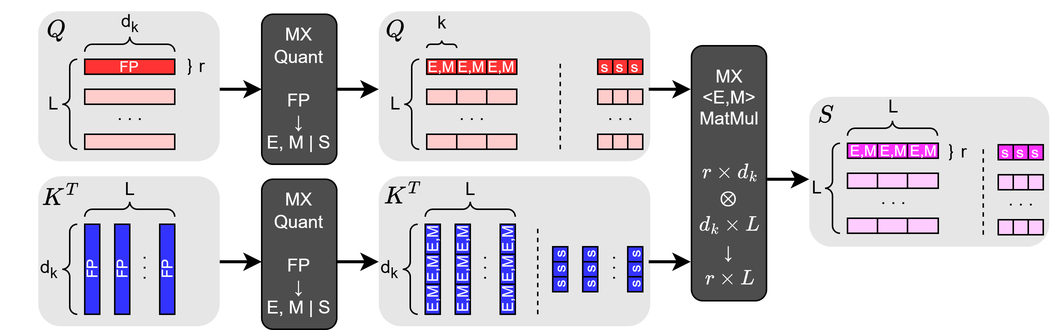
Above: doc/diagrams/attention/attention_eq1.drawio.png in Fiwo735/MX-for-FPGA (draw.io), before the change. Source tidied: cells renumbered, new cells last; positions are measured from the earlier drawing's top-left corner, leaving out a move shared by most shapes.
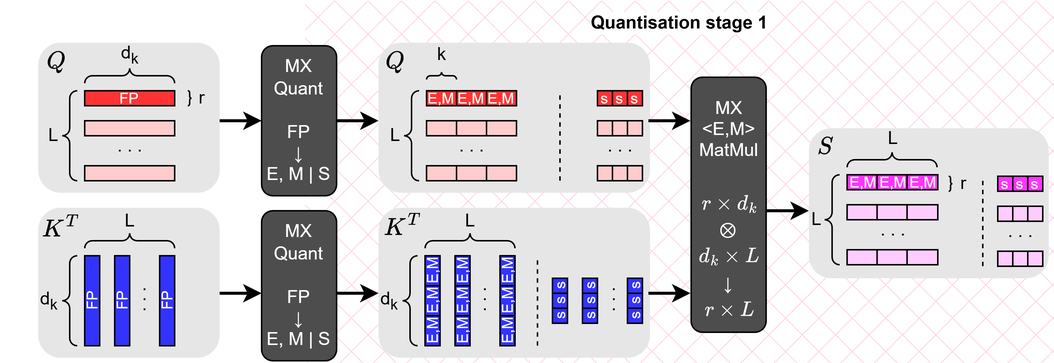
Above is the later version.

The edit, as a diff of the source:
```diff
@@ -2,6 +2,9 @@
   <root>
     <mxCell id="0" />
     <mxCell id="1" parent="0" />
+    <mxCell id="123" style="rounded=0;whiteSpace=wrap;html=1;strokeColor=none;fillColor=#FFCCE6;fillStyle=cross-hatch;" parent="1" vertex="1">
+      <mxGeometry x="203" y="-21" width="500" height="242" as="geometry" />
+    </mxCell>
     <mxCell id="2" style="rounded=1;whiteSpace=wrap;html=1;fontColor=default;fillColor=#E6E6E6;strokeColor=none;" parent="1" vertex="1">
       <mxGeometry x="539" y="64" width="160" height="100" as="geometry" />
     </mxCell>
@@ -128,12 +131,12 @@
     <mxCell id="43" style="rounded=0;whiteSpace=wrap;html=1;fillColor=#FFCCCC;" parent="1" vertex="1">
       <mxGeometry x="324" y="89" width="20" height="10" as="geometry" />
     </mxCell>
-    <mxCell id="44" style="endArrow=none;dashed=1;html=1;" parent="1" edge="1">
-      <mxGeometry relative="1" as="geometry">
-        <mxPoint x="373" y="99" as="sourcePoint" />
-        <mxPoint x="373" y="39" as="targetPoint" />
-      </mxGeometry>
-    </mxCell>
+    <mxCell id="124" style="endArrow=none;dashed=1;html=1;" parent="1" edge="1">
+      <mxGeometry relative="1" as="geometry">
+        <mxPoint x="373" y="99" as="sourcePoint" />
+        <mxPoint x="373" y="39" as="targetPoint" />
+      </mxGeometry>
+    </mxCell>
     <mxCell id="45" value="s" style="rounded=0;whiteSpace=wrap;html=1;fillColor=#FF3333;fontSize=10;fontColor=#FFFFFF;" parent="1" vertex="1">
       <mxGeometry x="398" y="39" width="10" height="10" as="geometry" />
     </mxCell>
@@ -197,12 +200,12 @@
     <mxCell id="65" value="E,M" style="rounded=0;whiteSpace=wrap;html=1;fillColor=#3333FF;fontColor=#FFFFFF;fontSize=10;rotation=-90;" parent="1" vertex="1">
       <mxGeometry x="278" y="194" width="20" height="10" as="geometry" />
     </mxCell>
-    <mxCell id="66" style="endArrow=none;dashed=1;html=1;" parent="1" edge="1">
-      <mxGeometry relative="1" as="geometry">
-        <mxPoint x="358" y="209" as="sourcePoint" />
-        <mxPoint x="358" y="149" as="targetPoint" />
-      </mxGeometry>
-    </mxCell>
+    <mxCell id="125" style="endArrow=none;dashed=1;html=1;" parent="1" edge="1">
+      <mxGeometry relative="1" as="geometry">
+        <mxPoint x="358" y="209" as="sourcePoint" />
+        <mxPoint x="358" y="149" as="targetPoint" />
+      </mxGeometry>
+    </mxCell>
     <mxCell id="67" value="E,M" style="rounded=0;whiteSpace=wrap;html=1;fillColor=#3333FF;fontColor=#FFFFFF;fontSize=10;rotation=-90;" parent="1" vertex="1">
       <mxGeometry x="278" y="174" width="20" height="10" as="geometry" />
     </mxCell>
@@ -275,12 +278,12 @@
     <mxCell id="90" style="rounded=0;whiteSpace=wrap;html=1;fillColor=#FFCCFF;" parent="1" vertex="1">
       <mxGeometry x="604.5" y="145" width="20.5" height="10" as="geometry" />
     </mxCell>
-    <mxCell id="91" style="endArrow=none;dashed=1;html=1;" parent="1" edge="1">
-      <mxGeometry relative="1" as="geometry">
-        <mxPoint x="655" y="156" as="sourcePoint" />
-        <mxPoint x="655" y="96" as="targetPoint" />
-      </mxGeometry>
-    </mxCell>
+    <mxCell id="126" style="endArrow=none;dashed=1;html=1;" parent="1" edge="1">
+      <mxGeometry relative="1" as="geometry">
+        <mxPoint x="655" y="156" as="sourcePoint" />
+        <mxPoint x="655" y="96" as="targetPoint" />
+      </mxGeometry>
+    </mxCell>
     <mxCell id="92" value="s" style="rounded=0;whiteSpace=wrap;html=1;fillColor=#FF33FF;fontSize=10;fontColor=#FFFFFF;" parent="1" vertex="1">
       <mxGeometry x="665" y="96" width="10" height="10" as="geometry" />
     </mxCell>
@@ -320,54 +323,54 @@
     <mxCell id="104" value=". . ." style="text;html=1;align=center;verticalAlign=middle;strokeColor=none;fillColor=none;rotation=-90;" parent="1" vertex="1">
       <mxGeometry x="386" y="164" width="40" height="30" as="geometry" />
     </mxCell>
-    <mxCell id="105" style="endArrow=classic;html=1;strokeWidth=2;" parent="1" edge="1">
-      <mxGeometry relative="1" as="geometry">
-        <mxPoint x="146" y="59" as="sourcePoint" />
-        <mxPoint x="174" y="59" as="targetPoint" />
-      </mxGeometry>
-    </mxCell>
+    <mxCell id="127" style="endArrow=classic;html=1;strokeWidth=2;" parent="1" edge="1">
+      <mxGeometry relative="1" as="geometry">
+        <mxPoint x="146" y="59" as="sourcePoint" />
+        <mxPoint x="174" y="59" as="targetPoint" />
+      </mxGeometry>
+    </mxCell>
     <mxCell id="106" value="$$Q$$" style="text;html=1;align=center;verticalAlign=middle;strokeColor=none;fillColor=none;fontStyle=1;fontSize=14;" parent="1" vertex="1">
       <mxGeometry x="2" y="4" width="70" height="30" as="geometry" />
     </mxCell>
     <mxCell id="107" value="$$K^T$$" style="text;html=1;align=center;verticalAlign=middle;strokeColor=none;fillColor=none;fontStyle=1;fontSize=14;" parent="1" vertex="1">
       <mxGeometry y="116" width="80" height="30" as="geometry" />
     </mxCell>
-    <mxCell id="108" style="endArrow=classic;html=1;strokeWidth=2;" parent="1" edge="1">
-      <mxGeometry relative="1" as="geometry">
-        <mxPoint x="146" y="174" as="sourcePoint" />
-        <mxPoint x="174" y="174" as="targetPoint" />
-      </mxGeometry>
-    </mxCell>
-    <mxCell id="109" style="endArrow=classic;html=1;strokeWidth=2;" parent="1" edge="1">
-      <mxGeometry relative="1" as="geometry">
-        <mxPoint x="224" y="59" as="sourcePoint" />
-        <mxPoint x="252" y="59" as="targetPoint" />
-      </mxGeometry>
-    </mxCell>
-    <mxCell id="110" style="endArrow=classic;html=1;strokeWidth=2;" parent="1" edge="1">
-      <mxGeometry relative="1" as="geometry">
-        <mxPoint x="224" y="174" as="sourcePoint" />
-        <mxPoint x="252" y="174" as="targetPoint" />
-      </mxGeometry>
-    </mxCell>
-    <mxCell id="111" style="endArrow=classic;html=1;strokeWidth=2;" parent="1" edge="1">
-      <mxGeometry relative="1" as="geometry">
-        <mxPoint x="432" y="59" as="sourcePoint" />
-        <mxPoint x="460" y="59" as="targetPoint" />
-      </mxGeometry>
-    </mxCell>
-    <mxCell id="112" style="endArrow=classic;html=1;strokeWidth=2;" parent="1" edge="1">
-      <mxGeometry relative="1" as="geometry">
-        <mxPoint x="432" y="174" as="sourcePoint" />
-        <mxPoint x="460" y="174" as="targetPoint" />
-      </mxGeometry>
-    </mxCell>
-    <mxCell id="113" style="endArrow=classic;html=1;strokeWidth=2;" parent="1" edge="1">
-      <mxGeometry relative="1" as="geometry">
-        <mxPoint x="511" y="119" as="sourcePoint" />
-        <mxPoint x="539" y="119" as="targetPoint" />
-      </mxGeometry>
-    </mxCell>
+    <mxCell id="128" style="endArrow=classic;html=1;strokeWidth=2;" parent="1" edge="1">
+      <mxGeometry relative="1" as="geometry">
+        <mxPoint x="146" y="174" as="sourcePoint" />
+        <mxPoint x="174" y="174" as="targetPoint" />
+      </mxGeometry>
+    </mxCell>
+    <mxCell id="129" style="endArrow=classic;html=1;strokeWidth=2;" parent="1" edge="1">
+      <mxGeometry relative="1" as="geometry">
+        <mxPoint x="224" y="59" as="sourcePoint" />
+        <mxPoint x="252" y="59" as="targetPoint" />
+      </mxGeometry>
+    </mxCell>
+    <mxCell id="130" style="endArrow=classic;html=1;strokeWidth=2;" parent="1" edge="1">
+      <mxGeometry relative="1" as="geometry">
+        <mxPoint x="224" y="174" as="sourcePoint" />
+        <mxPoint x="252" y="174" as="targetPoint" />
+      </mxGeometry>
+    </mxCell>
+    <mxCell id="131" style="endArrow=classic;html=1;strokeWidth=2;" parent="1" edge="1">
+      <mxGeometry relative="1" as="geometry">
+        <mxPoint x="432" y="59" as="sourcePoint" />
+        <mxPoint x="460" y="59" as="targetPoint" />
+      </mxGeometry>
+    </mxCell>
+    <mxCell id="132" style="endArrow=classic;html=1;strokeWidth=2;" parent="1" edge="1">
+      <mxGeometry relative="1" as="geometry">
+        <mxPoint x="432" y="174" as="sourcePoint" />
+        <mxPoint x="460" y="174" as="targetPoint" />
+      </mxGeometry>
+    </mxCell>
+    <mxCell id="133" style="endArrow=classic;html=1;strokeWidth=2;" parent="1" edge="1">
+      <mxGeometry relative="1" as="geometry">
+        <mxPoint x="511" y="119" as="sourcePoint" />
+        <mxPoint x="539" y="119" as="targetPoint" />
+      </mxGeometry>
+    </mxCell>
     <mxCell id="114" value="$$S$$" style="text;html=1;align=center;verticalAlign=middle;strokeColor=none;fillColor=none;fontStyle=1;fontSize=14;" parent="1" vertex="1">
       <mxGeometry x="519.5" y="61" width="60" height="30" as="geometry" />
     </mxCell>
@@ -395,5 +398,8 @@
     <mxCell id="122" value="&lt;font style=&quot;color: rgb(255, 255, 255);&quot;&gt;MX&lt;br&gt;Quant&lt;br&gt;&lt;br&gt;FP&lt;/font&gt;&lt;div&gt;&lt;span style=&quot;color: rgb(63, 63, 63);&quot;&gt;&lt;font style=&quot;color: rgb(255, 255, 255);&quot;&gt;↓&lt;br&gt;E, M | S&lt;br&gt;&lt;/font&gt;&lt;/span&gt;&lt;/div&gt;" style="rounded=1;whiteSpace=wrap;html=1;horizontal=1;fillColor=#4D4D4D;fontColor=#FFFFFF;" parent="1" vertex="1">
       <mxGeometry x="174" y="119" width="50" height="100" as="geometry" />
     </mxCell>
+    <mxCell id="134" value="Quantisation stage 1" style="text;html=1;align=center;verticalAlign=middle;whiteSpace=wrap;rounded=0;fontStyle=1;labelBackgroundColor=default;" parent="1" vertex="1">
+      <mxGeometry x="203" y="-21" width="500" height="30" as="geometry" />
+    </mxCell>
   </root>
 </mxGraphModel>
```
